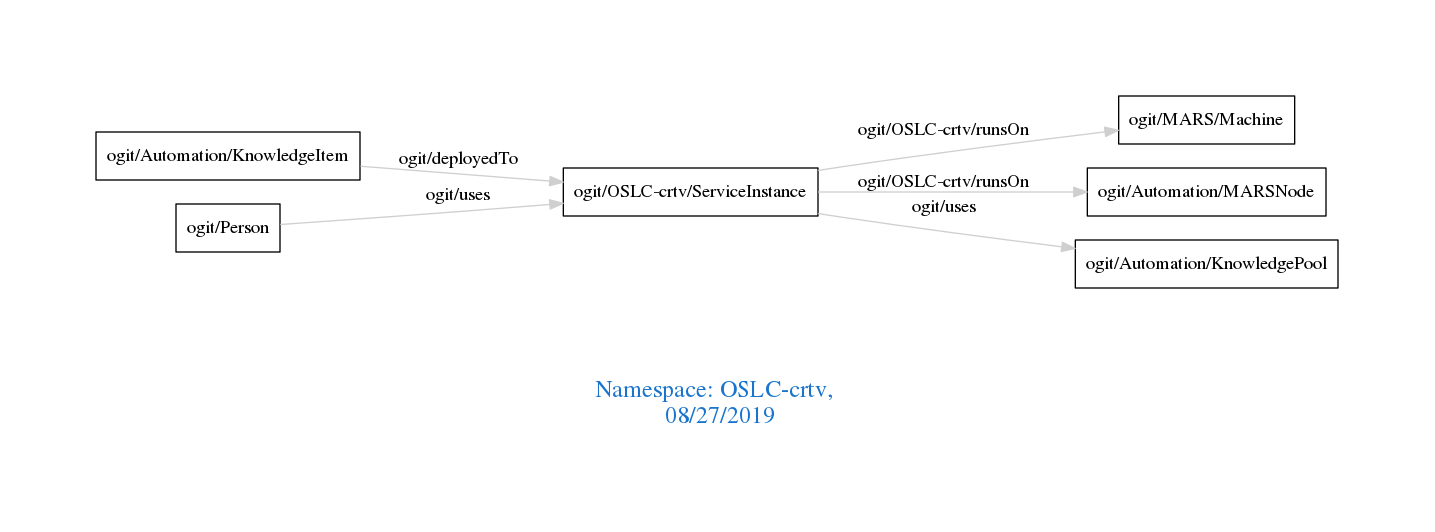
Earlier version of the Graphviz export downloads/OSLC-crtv.png (arago/OGIT). Its source is kept beside it as downloads/OSLC-crtv.dot.
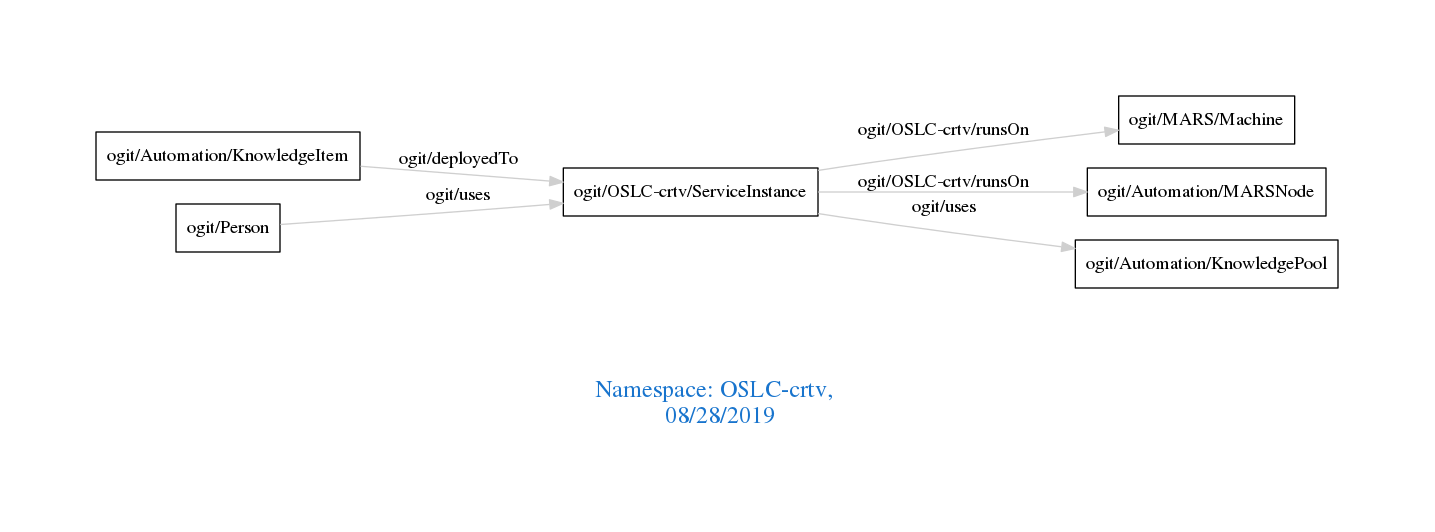
After the commit.

Change to the diagram source:
```diff
@@ -1,7 +1,7 @@
 digraph OGIT_ontology {
  graph [ rankdir= LR,pad=1
 fontsize = 18,
-fontcolor= dodgerblue3,label = "\n\n\nNamespace: OSLC-crtv, \n 08/27/2019"];
+fontcolor= dodgerblue3,label = "\n\n\nNamespace: OSLC-crtv, \n 08/28/2019"];
 node[shape=polygon];
 edge [  color="gray81"];
 
```
